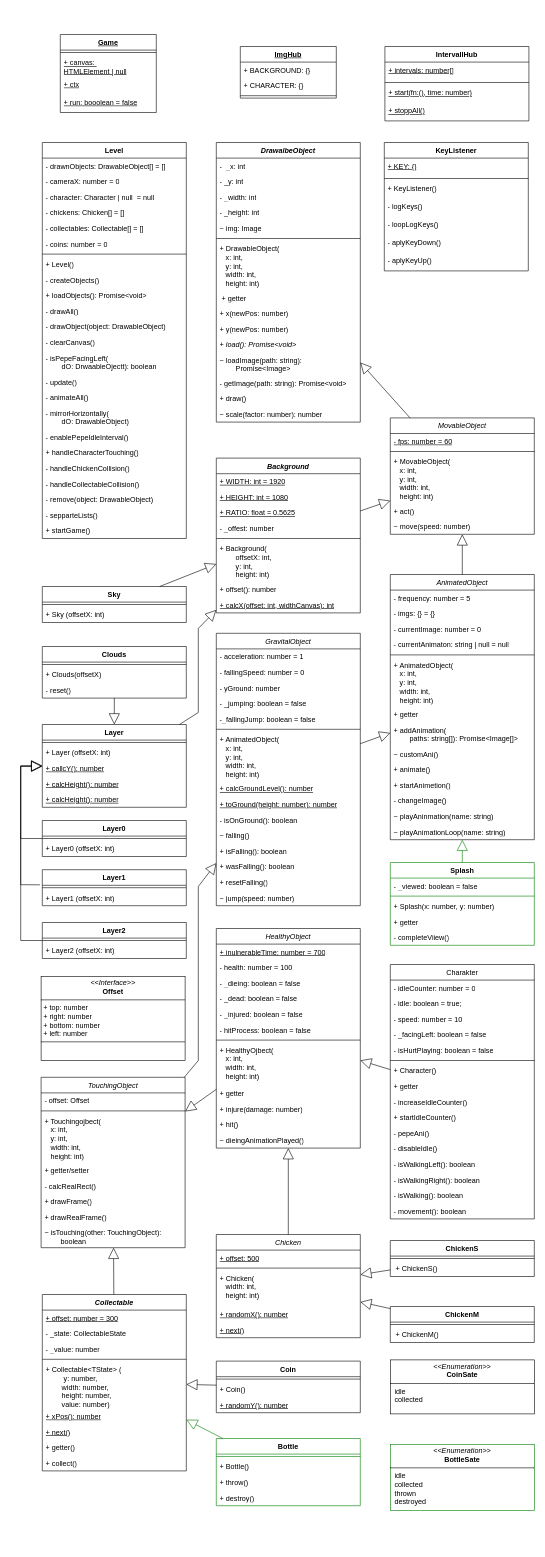
The draw.io diagram docs/classes.drawio in elma1989/el-pollo-loco, before the edit. Source tidied: cells renumbered, new cells numbered last; positions are measured from the earlier drawing's top-left corner, leaving out a move shared by most shapes. Both pictures are drawn from the tidied source at 60%, with x=0, y=0 at pixel (20, 34).
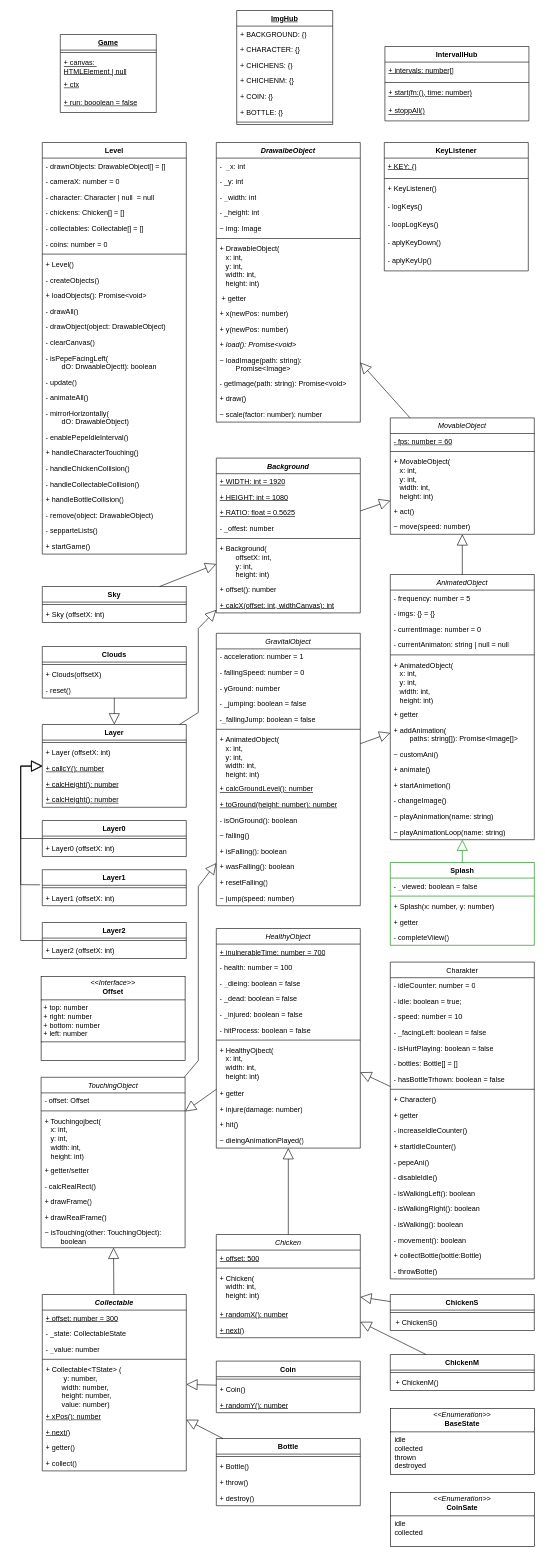
The same diagram, later.

Commit message (it also covers changes not shown here):
doc: Updated issue 80 diagram - Update Character, Level

Unchanged cells that the change refers to:
```xml
<mxCell id="174" value="Collectable" style="swimlane;fontStyle=3;align=center;verticalAlign=top;horizontal=1;startSize=26;whiteSpace=wrap;html=1;strokeColor=default;" parent="1" vertex="1">
  <mxGeometry x="36" y="2100" width="240" height="294" as="geometry" />
</mxCell>
```

The edit, as a diff of the source:
```diff
@@
     <mxCell id="7" value="ImgHub" style="swimlane;fontStyle=5;align=center;verticalAlign=top;horizontal=1;startSize=26;whiteSpace=wrap;html=1;" parent="1" vertex="1">
-      <mxGeometry x="366" y="20" width="160" height="86" as="geometry" />
+      <mxGeometry x="360" y="-40" width="160" height="190" as="geometry" />
     </mxCell>
@@
+    <mxCell id="233" value="+ CHICHENS: {}" style="text;strokeColor=none;fillColor=none;align=left;verticalAlign=top;spacingLeft=4;spacingRight=4;overflow=hidden;whiteSpace=wrap;html=1;" parent="7" vertex="1">
+      <mxGeometry y="78" width="160" height="26" as="geometry" />
+    </mxCell>
+    <mxCell id="234" value="+ CHICHENM: {}" style="text;strokeColor=none;fillColor=none;align=left;verticalAlign=top;spacingLeft=4;spacingRight=4;overflow=hidden;whiteSpace=wrap;html=1;" parent="7" vertex="1">
+      <mxGeometry y="104" width="160" height="26" as="geometry" />
+    </mxCell>
+    <mxCell id="235" value="+ COIN: {}" style="text;strokeColor=none;fillColor=none;align=left;verticalAlign=top;spacingLeft=4;spacingRight=4;overflow=hidden;whiteSpace=wrap;html=1;" parent="7" vertex="1">
+      <mxGeometry y="130" width="160" height="26" as="geometry" />
+    </mxCell>
+    <mxCell id="236" value="+ BOTTLE: {}" style="text;strokeColor=none;fillColor=none;align=left;verticalAlign=top;spacingLeft=4;spacingRight=4;overflow=hidden;whiteSpace=wrap;html=1;" parent="7" vertex="1">
+      <mxGeometry y="156" width="160" height="26" as="geometry" />
+    </mxCell>
     <mxCell id="10" style="line;strokeWidth=1;fillColor=none;align=left;verticalAlign=middle;spacingTop=-1;spacingLeft=3;spacingRight=3;labelPosition=right;strokeColor=inherit;" parent="7" vertex="1">
-      <mxGeometry y="78" width="160" height="8" as="geometry" />
+      <mxGeometry y="182" width="160" height="8" as="geometry" />
     </mxCell>
@@
     <mxCell id="98" value="Charakter" style="swimlane;align=center;verticalAlign=top;horizontal=1;startSize=26;whiteSpace=wrap;html=1;strokeColor=default;fontStyle=0;" parent="1" vertex="1">
-      <mxGeometry x="616" y="1550" width="240" height="424" as="geometry" />
+      <mxGeometry x="616" y="1546" width="240" height="528" as="geometry" />
     </mxCell>
@@
+    <mxCell id="237" value="- bottles: Bottle[] = []" style="text;strokeColor=none;fillColor=none;align=left;verticalAlign=top;spacingLeft=4;spacingRight=4;overflow=hidden;whiteSpace=wrap;html=1;fontStyle=0;fontColor=default;" parent="98" vertex="1">
+      <mxGeometry y="156" width="240" height="26" as="geometry" />
+    </mxCell>
+    <mxCell id="238" value="- hasBottleTrhown: boolean = false" style="text;strokeColor=none;fillColor=none;align=left;verticalAlign=top;spacingLeft=4;spacingRight=4;overflow=hidden;whiteSpace=wrap;html=1;fontStyle=0;fontColor=default;" parent="98" vertex="1">
+      <mxGeometry y="182" width="240" height="26" as="geometry" />
+    </mxCell>
     <mxCell id="104" style="line;strokeWidth=1;fillColor=none;align=left;verticalAlign=middle;spacingTop=-1;spacingLeft=3;spacingRight=3;labelPosition=right;strokeColor=inherit;" parent="98" vertex="1">
-      <mxGeometry y="156" width="240" height="8" as="geometry" />
+      <mxGeometry y="208" width="240" height="8" as="geometry" />
     </mxCell>
     <mxCell id="105" value="+ Character()" style="text;strokeColor=none;fillColor=none;align=left;verticalAlign=top;spacingLeft=4;spacingRight=4;overflow=hidden;whiteSpace=wrap;html=1;fontStyle=0;" parent="98" vertex="1">
-      <mxGeometry y="164" width="240" height="26" as="geometry" />
+      <mxGeometry y="216" width="240" height="26" as="geometry" />
     </mxCell>
     <mxCell id="106" value="+ getter" style="text;strokeColor=none;fillColor=none;align=left;verticalAlign=top;spacingLeft=4;spacingRight=4;overflow=hidden;whiteSpace=wrap;html=1;" parent="98" vertex="1">
-      <mxGeometry y="190" width="240" height="26" as="geometry" />
+      <mxGeometry y="242" width="240" height="26" as="geometry" />
     </mxCell>
     <mxCell id="107" value="- increaseIdleCounter()" style="text;strokeColor=none;fillColor=none;align=left;verticalAlign=top;spacingLeft=4;spacingRight=4;overflow=hidden;whiteSpace=wrap;html=1;fontStyle=0;" parent="98" vertex="1">
-      <mxGeometry y="216" width="240" height="26" as="geometry" />
+      <mxGeometry y="268" width="240" height="26" as="geometry" />
     </mxCell>
     <mxCell id="108" value="+ startIdleCounter()" style="text;strokeColor=none;fillColor=none;align=left;verticalAlign=top;spacingLeft=4;spacingRight=4;overflow=hidden;whiteSpace=wrap;html=1;fontStyle=0;" parent="98" vertex="1">
-      <mxGeometry y="242" width="240" height="26" as="geometry" />
+      <mxGeometry y="294" width="240" height="26" as="geometry" />
     </mxCell>
     <mxCell id="109" value="- pepeAni()" style="text;strokeColor=none;fillColor=none;align=left;verticalAlign=top;spacingLeft=4;spacingRight=4;overflow=hidden;whiteSpace=wrap;html=1;fontStyle=0;" parent="98" vertex="1">
-      <mxGeometry y="268" width="240" height="26" as="geometry" />
+      <mxGeometry y="320" width="240" height="26" as="geometry" />
     </mxCell>
     <mxCell id="110" value="- disableIdle()" style="text;strokeColor=none;fillColor=none;align=left;verticalAlign=top;spacingLeft=4;spacingRight=4;overflow=hidden;whiteSpace=wrap;html=1;fontStyle=0;" parent="98" vertex="1">
-      <mxGeometry y="294" width="240" height="26" as="geometry" />
+      <mxGeometry y="346" width="240" height="26" as="geometry" />
     </mxCell>
     <mxCell id="111" value="- isWalkingLeft(): boolean" style="text;strokeColor=none;fillColor=none;align=left;verticalAlign=top;spacingLeft=4;spacingRight=4;overflow=hidden;whiteSpace=wrap;html=1;fontStyle=0;" parent="98" vertex="1">
-      <mxGeometry y="320" width="240" height="26" as="geometry" />
+      <mxGeometry y="372" width="240" height="26" as="geometry" />
     </mxCell>
     <mxCell id="112" value="- isWalkingRight(): boolean" style="text;strokeColor=none;fillColor=none;align=left;verticalAlign=top;spacingLeft=4;spacingRight=4;overflow=hidden;whiteSpace=wrap;html=1;fontStyle=0;" parent="98" vertex="1">
-      <mxGeometry y="346" width="240" height="26" as="geometry" />
+      <mxGeometry y="398" width="240" height="26" as="geometry" />
     </mxCell>
     <mxCell id="113" value="- isWalking(): boolean" style="text;strokeColor=none;fillColor=none;align=left;verticalAlign=top;spacingLeft=4;spacingRight=4;overflow=hidden;whiteSpace=wrap;html=1;fontStyle=0;" parent="98" vertex="1">
-      <mxGeometry y="372" width="240" height="26" as="geometry" />
+      <mxGeometry y="424" width="240" height="26" as="geometry" />
     </mxCell>
     <mxCell id="114" value="- movement(): boolean" style="text;strokeColor=none;fillColor=none;align=left;verticalAlign=top;spacingLeft=4;spacingRight=4;overflow=hidden;whiteSpace=wrap;html=1;fontStyle=0;" parent="98" vertex="1">
-      <mxGeometry y="398" width="240" height="26" as="geometry" />
+      <mxGeometry y="450" width="240" height="26" as="geometry" />
     </mxCell>
+    <mxCell id="239" value="+ collectBottle(bottle:Bottle)" style="text;strokeColor=none;fillColor=none;align=left;verticalAlign=top;spacingLeft=4;spacingRight=4;overflow=hidden;whiteSpace=wrap;html=1;fontStyle=0;fontColor=default;" parent="98" vertex="1">
+      <mxGeometry y="476" width="240" height="26" as="geometry" />
+    </mxCell>
+    <mxCell id="240" value="- throwBotte()" style="text;strokeColor=none;fillColor=none;align=left;verticalAlign=top;spacingLeft=4;spacingRight=4;overflow=hidden;whiteSpace=wrap;html=1;fontStyle=0;fontColor=default;" parent="98" vertex="1">
+      <mxGeometry y="502" width="240" height="26" as="geometry" />
+    </mxCell>
@@
     <mxCell id="166" value="ChickenS" style="swimlane;align=center;verticalAlign=top;horizontal=1;startSize=26;whiteSpace=wrap;html=1;strokeColor=default;fontStyle=1;fontColor=default;" parent="1" vertex="1">
-      <mxGeometry x="616" y="2010" width="240" height="60" as="geometry" />
+      <mxGeometry x="616" y="2100" width="240" height="60" as="geometry" />
     </mxCell>
@@
     <mxCell id="169" value="ChickenM" style="swimlane;align=center;verticalAlign=top;horizontal=1;startSize=26;whiteSpace=wrap;html=1;strokeColor=default;fontStyle=1;fontColor=default;" parent="1" vertex="1">
-      <mxGeometry x="616" y="2120" width="240" height="60" as="geometry" />
+      <mxGeometry x="616" y="2200" width="240" height="60" as="geometry" />
     </mxCell>
@@
     <mxCell id="197" value="&lt;p style=&quot;margin:0px;margin-top:4px;text-align:center;&quot;&gt;&lt;i&gt;&amp;lt;&amp;lt;Enumeration&amp;gt;&amp;gt;&lt;/i&gt;&lt;br&gt;&lt;b&gt;CoinSate&lt;/b&gt;&lt;/p&gt;&lt;hr size=&quot;1&quot; style=&quot;border-style:solid;&quot;&gt;&lt;p style=&quot;margin:0px;margin-left:4px;&quot;&gt;&amp;nbsp;idle&lt;/p&gt;&lt;p style=&quot;margin:0px;margin-left:4px;&quot;&gt;&amp;nbsp;collected&lt;/p&gt;" style="verticalAlign=top;align=left;overflow=fill;html=1;whiteSpace=wrap;strokeColor=default;" parent="1" vertex="1">
-      <mxGeometry x="616" y="2209" width="240" height="90" as="geometry" />
+      <mxGeometry x="616" y="2430" width="240" height="90" as="geometry" />
     </mxCell>
-    <mxCell id="198" value="Bottle" style="swimlane;fontStyle=1;align=center;verticalAlign=top;horizontal=1;startSize=26;whiteSpace=wrap;html=1;strokeColor=light-dark(#008000,#80FF80);" parent="1" vertex="1">
+    <mxCell id="198" value="Bottle" style="swimlane;fontStyle=1;align=center;verticalAlign=top;horizontal=1;startSize=26;whiteSpace=wrap;html=1;strokeColor=default;" parent="1" vertex="1">
       <mxGeometry x="326" y="2340" width="240" height="112" as="geometry" />
     </mxCell>
@@
-    <mxCell id="203" style="endArrow=block;endSize=16;endFill=0;html=1;rounded=0;strokeColor=light-dark(#008000,#80FF80);" parent="1" edge="1" source="198" target="174">
+    <mxCell id="203" style="endArrow=block;endSize=16;endFill=0;html=1;rounded=0;strokeColor=default;" parent="1" edge="1" source="198" target="174">
       <mxGeometry relative="1" as="geometry" />
     </mxCell>
-    <mxCell id="204" value="&lt;p style=&quot;margin:0px;margin-top:4px;text-align:center;&quot;&gt;&lt;i&gt;&amp;lt;&amp;lt;Enumeration&amp;gt;&amp;gt;&lt;/i&gt;&lt;br&gt;&lt;b&gt;BottleSate&lt;/b&gt;&lt;/p&gt;&lt;hr size=&quot;1&quot; style=&quot;border-style:solid;&quot;&gt;&lt;p style=&quot;margin:0px;margin-left:4px;&quot;&gt;&amp;nbsp;idle&lt;/p&gt;&lt;p style=&quot;margin:0px;margin-left:4px;&quot;&gt;&amp;nbsp;collected&lt;/p&gt;&lt;p style=&quot;margin:0px;margin-left:4px;&quot;&gt;&amp;nbsp;thrown&lt;/p&gt;&lt;p style=&quot;margin:0px;margin-left:4px;&quot;&gt;&amp;nbsp;destroyed&lt;/p&gt;" style="verticalAlign=top;align=left;overflow=fill;html=1;whiteSpace=wrap;strokeColor=light-dark(#008000,#80FF80);" parent="1" vertex="1">
-      <mxGeometry x="616" y="2350" width="240" height="110" as="geometry" />
+    <mxCell id="204" value="&lt;p style=&quot;margin:0px;margin-top:4px;text-align:center;&quot;&gt;&lt;i&gt;&amp;lt;&amp;lt;Enumeration&amp;gt;&amp;gt;&lt;/i&gt;&lt;br&gt;&lt;b&gt;BaseState&lt;/b&gt;&lt;/p&gt;&lt;hr size=&quot;1&quot; style=&quot;border-style:solid;&quot;&gt;&lt;p style=&quot;margin:0px;margin-left:4px;&quot;&gt;&amp;nbsp;idle&lt;/p&gt;&lt;p style=&quot;margin:0px;margin-left:4px;&quot;&gt;&amp;nbsp;collected&lt;/p&gt;&lt;p style=&quot;margin:0px;margin-left:4px;&quot;&gt;&amp;nbsp;thrown&lt;/p&gt;&lt;p style=&quot;margin:0px;margin-left:4px;&quot;&gt;&amp;nbsp;destroyed&lt;/p&gt;" style="verticalAlign=top;align=left;overflow=fill;html=1;whiteSpace=wrap;strokeColor=default;fillColor=default;" parent="1" vertex="1">
+      <mxGeometry x="616" y="2290" width="240" height="110" as="geometry" />
     </mxCell>
     <mxCell id="205" value="Level" style="swimlane;fontStyle=1;align=center;verticalAlign=top;horizontal=1;startSize=26;whiteSpace=wrap;html=1;" parent="1" vertex="1">
-      <mxGeometry x="36" y="180" width="240" height="660" as="geometry" />
+      <mxGeometry x="36" y="180" width="240" height="686" as="geometry" />
     </mxCell>
@@
+    <mxCell id="241" value="+ handleBottleCollision()" style="text;strokeColor=none;fillColor=none;align=left;verticalAlign=top;spacingLeft=4;spacingRight=4;overflow=hidden;whiteSpace=wrap;html=1;fontColor=default;" parent="205" vertex="1">
+      <mxGeometry y="582" width="240" height="26" as="geometry" />
+    </mxCell>
     <mxCell id="227" value="- remove(object: DrawableObject)" style="text;strokeColor=none;fillColor=none;align=left;verticalAlign=top;spacingLeft=4;spacingRight=4;overflow=hidden;whiteSpace=wrap;html=1;fontColor=default;" parent="205" vertex="1">
-      <mxGeometry y="582" width="240" height="26" as="geometry" />
+      <mxGeometry y="608" width="240" height="26" as="geometry" />
     </mxCell>
     <mxCell id="228" value="- sepparteLists()" style="text;strokeColor=none;fillColor=none;align=left;verticalAlign=top;spacingLeft=4;spacingRight=4;overflow=hidden;whiteSpace=wrap;html=1;fontColor=default;" parent="205" vertex="1">
-      <mxGeometry y="608" width="240" height="26" as="geometry" />
+      <mxGeometry y="634" width="240" height="26" as="geometry" />
     </mxCell>
     <mxCell id="229" value="+ startGame()" style="text;strokeColor=none;fillColor=none;align=left;verticalAlign=top;spacingLeft=4;spacingRight=4;overflow=hidden;whiteSpace=wrap;html=1;" parent="205" vertex="1">
-      <mxGeometry y="634" width="240" height="26" as="geometry" />
+      <mxGeometry y="660" width="240" height="26" as="geometry" />
     </mxCell>
```
